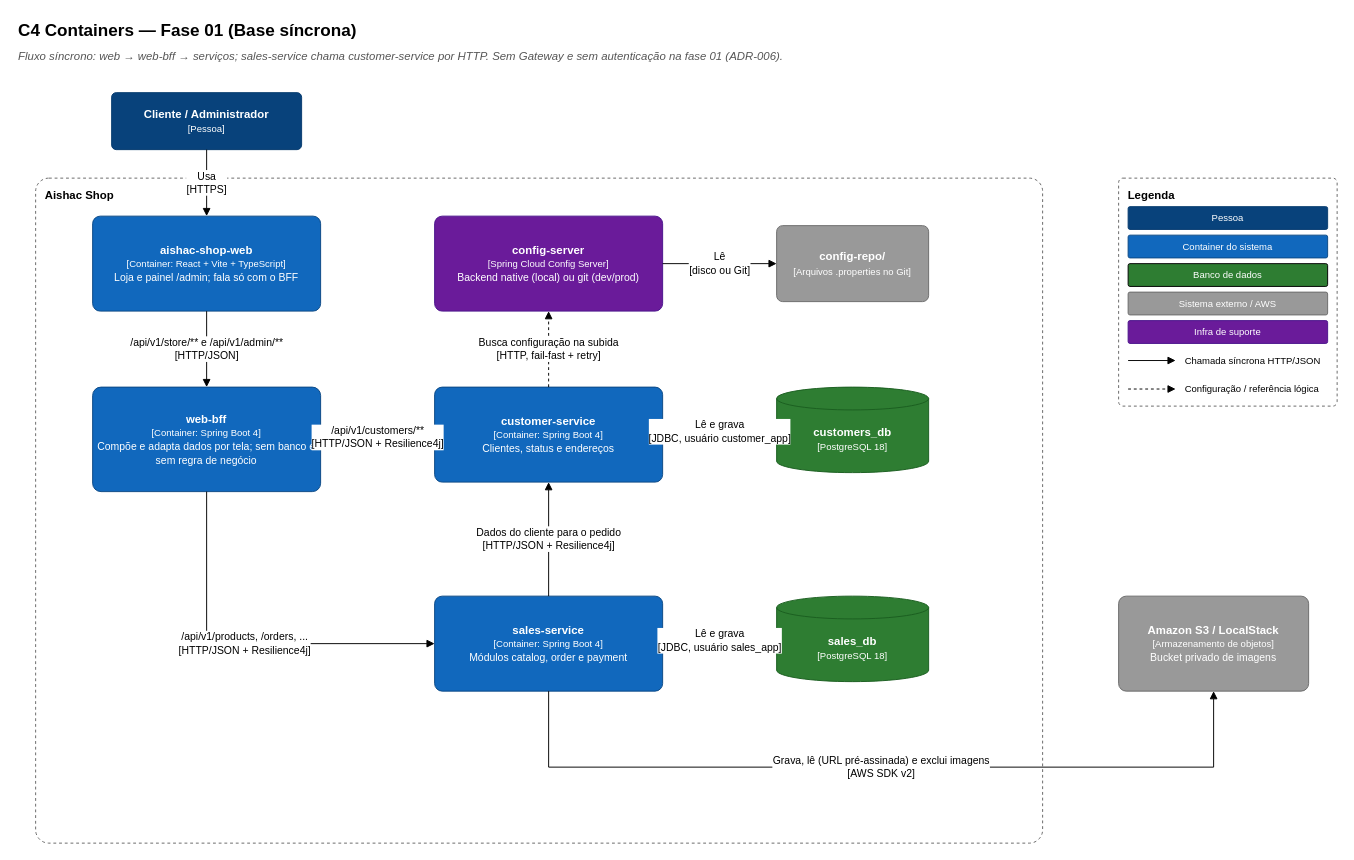
Above: page "C4 Containers" (2 of 13) of docs/evolucao/01-base-sincrona/aishac-shop.drawio in antonioishac/aishac-shop (draw.io), before the change. Source tidied: cells renumbered, new cells numbered last; positions are measured from the earlier drawing's top-left corner, leaving out a move shared by most shapes. Both pictures are drawn from the tidied source at 95%, with x=0, y=0 at pixel (16, 16).
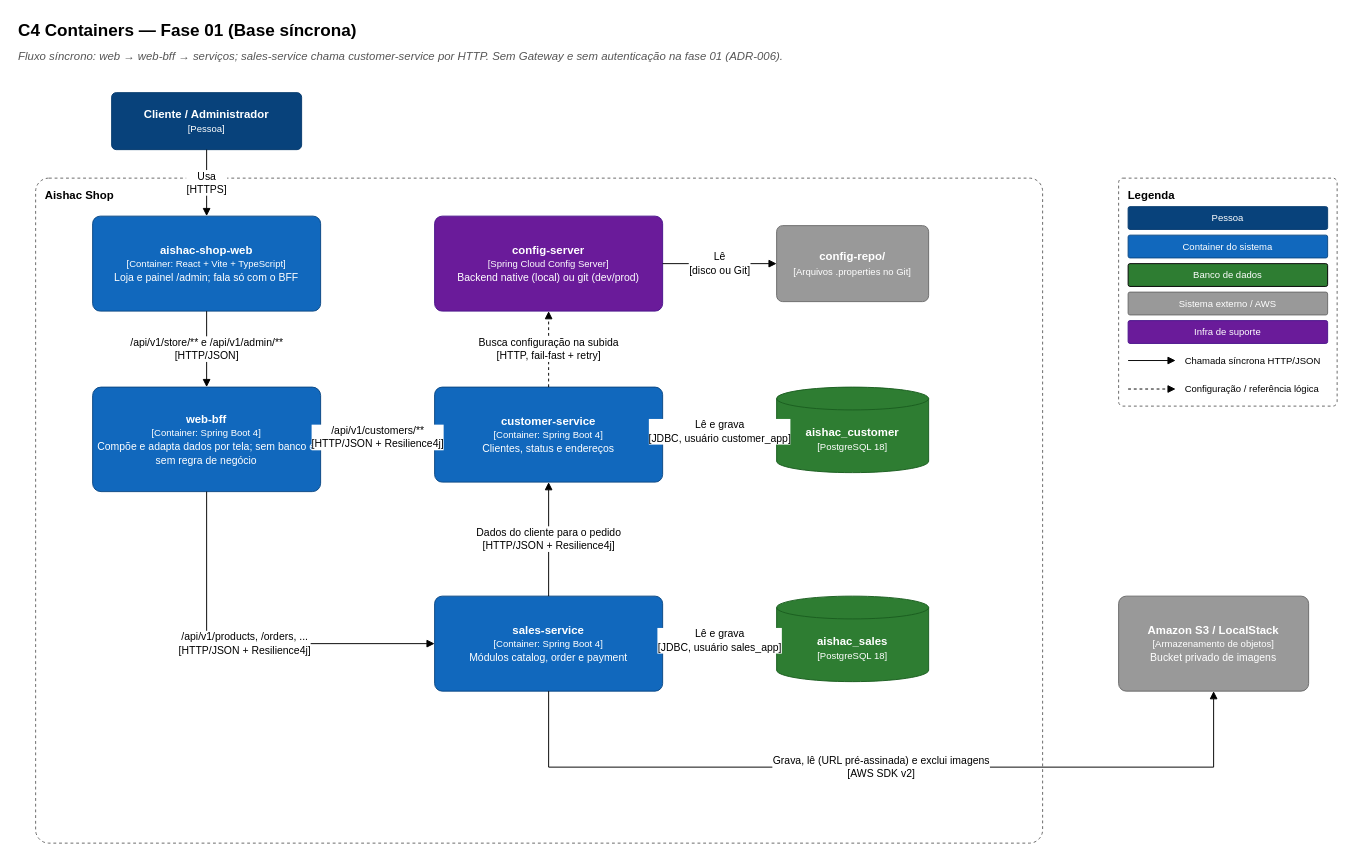
After the change.

What changed in the source:
```diff
@@
-    <mxCell id="10" value="&lt;b&gt;customers_db&lt;/b&gt;&lt;br&gt;&lt;font style='font-size:10px'&gt;[PostgreSQL 18]&lt;/font&gt;" style="shape=cylinder3;whiteSpace=wrap;html=1;boundedLbl=1;backgroundOutline=1;size=12;fontSize=12;fillColor=#2E7D32;fontColor=#ffffff;strokeColor=#1B5E20;" parent="1" vertex="1">
+    <mxCell id="10" value="&lt;b&gt;aishac_customer&lt;/b&gt;&lt;br&gt;&lt;font style='font-size:10px'&gt;[PostgreSQL 18]&lt;/font&gt;" style="shape=cylinder3;whiteSpace=wrap;html=1;boundedLbl=1;backgroundOutline=1;size=12;fontSize=12;fillColor=#2E7D32;fontColor=#ffffff;strokeColor=#1B5E20;" parent="1" vertex="1">
       <mxGeometry x="800" y="390" width="160" height="90" as="geometry" />
     </mxCell>
-    <mxCell id="11" value="&lt;b&gt;sales_db&lt;/b&gt;&lt;br&gt;&lt;font style='font-size:10px'&gt;[PostgreSQL 18]&lt;/font&gt;" style="shape=cylinder3;whiteSpace=wrap;html=1;boundedLbl=1;backgroundOutline=1;size=12;fontSize=12;fillColor=#2E7D32;fontColor=#ffffff;strokeColor=#1B5E20;" parent="1" vertex="1">
+    <mxCell id="11" value="&lt;b&gt;aishac_sales&lt;/b&gt;&lt;br&gt;&lt;font style='font-size:10px'&gt;[PostgreSQL 18]&lt;/font&gt;" style="shape=cylinder3;whiteSpace=wrap;html=1;boundedLbl=1;backgroundOutline=1;size=12;fontSize=12;fillColor=#2E7D32;fontColor=#ffffff;strokeColor=#1B5E20;" parent="1" vertex="1">
       <mxGeometry x="800" y="610" width="160" height="90" as="geometry" />
     </mxCell>
```
